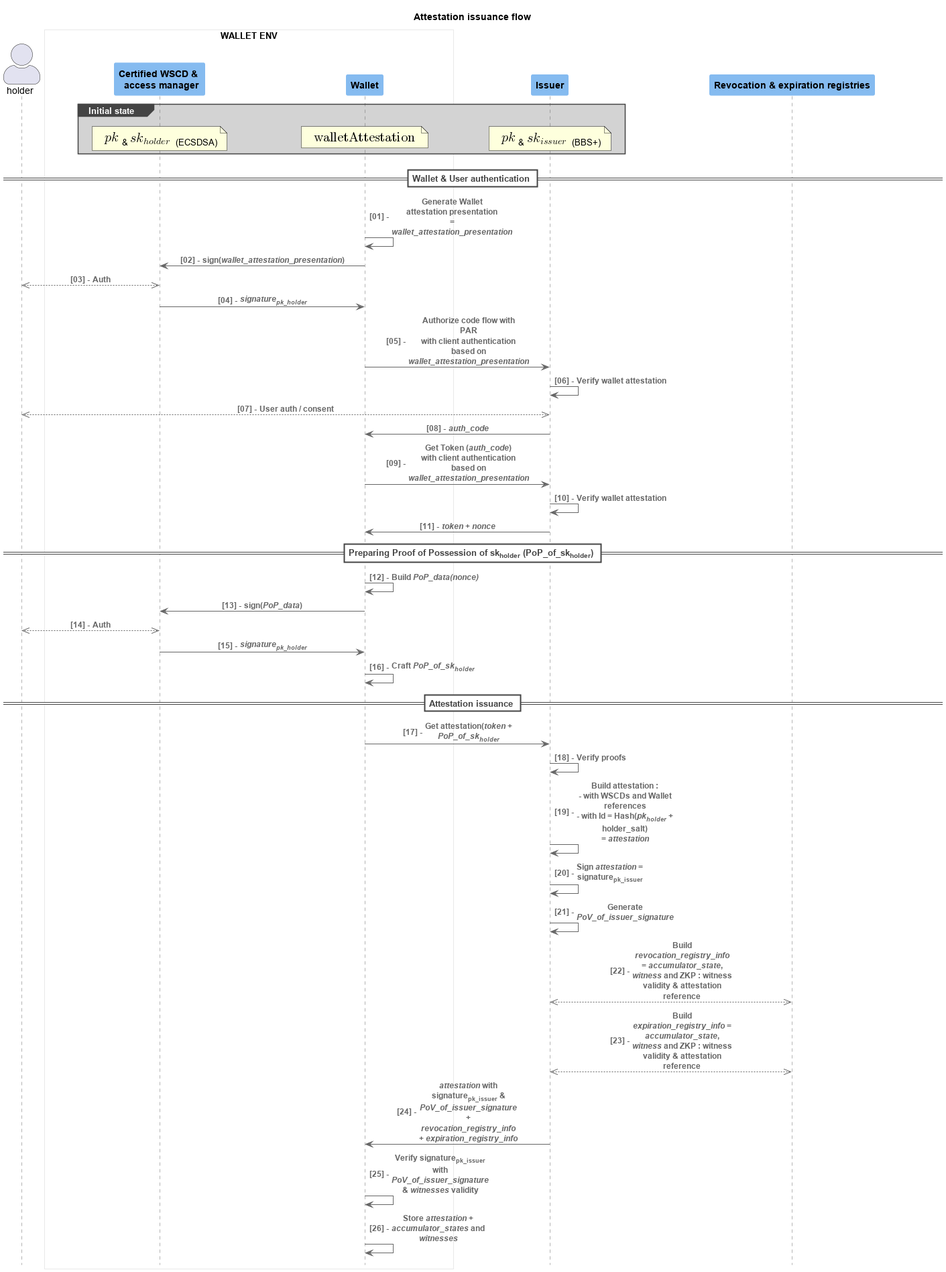
Earlier version of the PlantUML export media/1/issuance.png (Orange-OpenSource/BBS-SHARP-doc-eudi-wallet). Its diagram source:
```plantuml
@startuml 1/issuance
title Attestation issuance flow

skinparam ParticipantPadding 100

!include <c4/C4_Context.puml>
!include <c4/C4_Container.puml>
!include <c4/C4_Component.puml>
!include <c4/C4_Dynamic.puml>
!include <c4/C4_Sequence.puml>

HIDE_STEREOTYPE()
autonumber "<b>[00] - "

skinparam useBetaStyle true
<style>
    sequenceDiagram {
        participant {
            BackgroundColor #85BBF0
            FontStyle bold
            LineColor #85BBF0
        }
        box {
            LineColor lightgrey
        }
    }
</style>

actor "holder" as h

box "WALLET ENV" #White
    participant "Certified WSCD & \n access manager" as wscd
    participant "Wallet" as w
end box

participant "Issuer" as i
participant "Revocation & expiration registries" as reg

group #LightGrey Initial state
    /note over wscd
        <math>pk</math>&<math>sk_(holder)</math> (ECSDSA)
    end note
    /note over w
        <math>"walletAttestation"</math>
    end note
    /note over i
        <math>pk</math>&<math>sk_(issuer)</math> (BBS+)
    end note
end group

== Wallet & User authentication ==
Rel(w, w, "Generate Wallet attestation presentation \n= //wallet_attestation_presentation//" )
Rel(w, wscd, "sign(//wallet_attestation_presentation//)")
BiRel(h, wscd, "Auth")
Rel(wscd, w, "//signature<sub>pk_holder</sub>//")
Rel(w, i, "Authorize code flow with PAR \nwith client authentication based on //wallet_attestation_presentation//")
Rel(i, i, "Verify wallet attestation")
BiRel(i, h, "User auth / consent")
Rel(i, w, "//auth_code//")
Rel(w, i, "Get Token (//auth_code//) \nwith client authentication based on //wallet_attestation_presentation//")
Rel(i, i, "Verify wallet attestation")
Rel(i, w, "//token// + //nonce//")

== Preparing Proof of Possession of sk<sub>holder</sub> (PoP_of_sk<sub>holder</sub>) ==
Rel(w, w, "Build //PoP_data(nonce)//")
Rel(w, wscd, "sign(//PoP_data//)")
BiRel(h, wscd, "Auth")
Rel(wscd, w, "//signature<sub>pk_holder</sub>//")
Rel(w, w, "Craft //PoP_of_sk<sub>holder</sub>//")

== Attestation issuance ==
Rel(w, i, "Get attestation(//token// + //PoP_of_sk<sub>holder</sub>//")
Rel(i, i, "Verify proofs")
Rel(i, i, "Build attestation : \n- with WSCDs and Wallet references \n- with Id = Hash(//pk<sub>holder</sub>// + holder_salt) \n= //attestation//")
Rel(i, i, "Sign //attestation// = signature<sub>pk_issuer</sub>")
Rel(i, i, "Generate //PoV_of_issuer_signature//")
BiRel(i, reg, "Build //revocation_registry_info// = //accumulator_state//, //witness// and ZKP : witness validity & attestation reference")
BiRel(i, reg, "Build //expiration_registry_info// = //accumulator_state//, //witness// and ZKP : witness validity & attestation reference")
Rel(i, w, "//attestation// with signature<sub>pk_issuer</sub> & //PoV_of_issuer_signature// + //revocation_registry_info// + //expiration_registry_info//")
Rel(w, w, "Verify signature<sub>pk_issuer</sub> with //PoV_of_issuer_signature// & //witnesses// validity")
Rel(w, w, "Store //attestation// + //accumulator_states// and //witnesses//")
@enduml
```
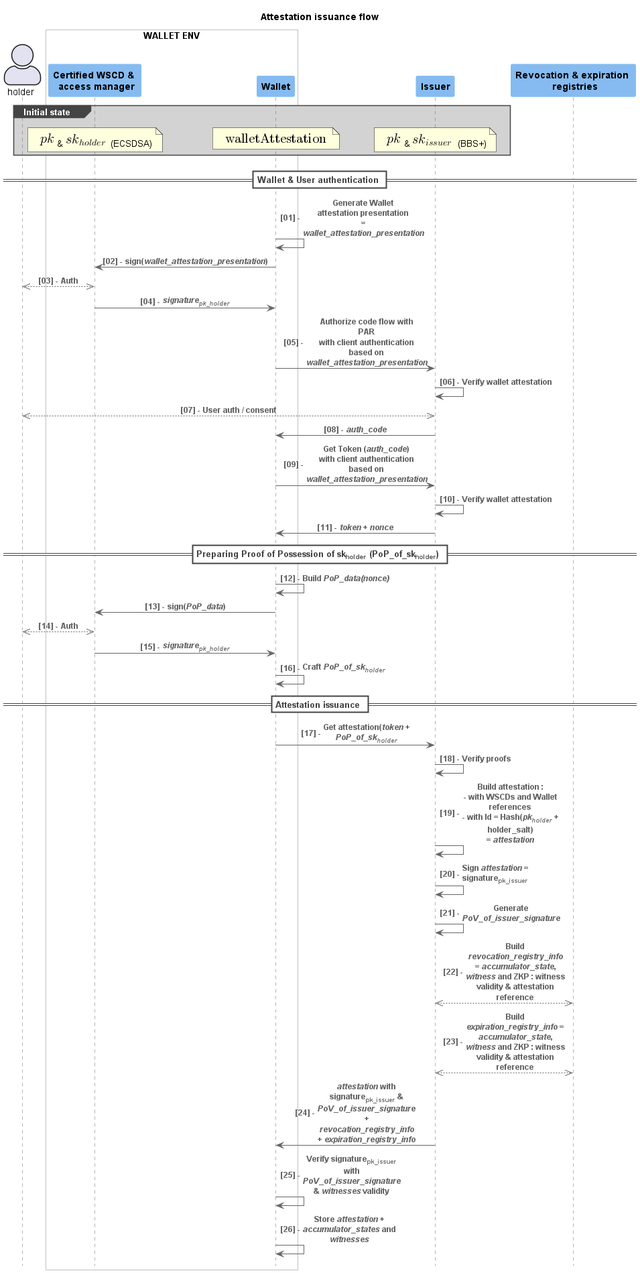
After the change.

The edit, as a diff of the source:
```diff
@@ -1,7 +1,6 @@
 @startuml 1/issuance
 title Attestation issuance flow
 
-skinparam ParticipantPadding 100
 
 !include <c4/C4_Context.puml>
 !include <c4/C4_Container.puml>
@@ -28,13 +27,15 @@
 
 actor "holder" as h
 
+skinparam SequenceBoxBorderColor grey
+
 box "WALLET ENV" #White
     participant "Certified WSCD & \n access manager" as wscd
     participant "Wallet" as w
 end box
 
 participant "Issuer" as i
-participant "Revocation & expiration registries" as reg
+participant "Revocation & expiration \n registries" as reg
 
 group #LightGrey Initial state
     /note over wscd
```
